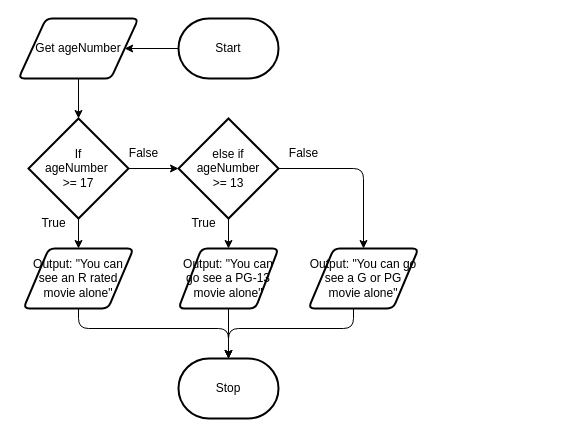
Above: design/flowchart.drawio in MTHS-ICD2O-1-2024/ICD2O-Unit-5-03-Aimar-Fernandez (draw.io), before the change. Source tidied: cells renumbered, new cells numbered last; positions are measured from the earlier drawing's top-left corner, leaving out a move shared by most shapes. Both pictures are drawn from the tidied source at 100%, with x=0, y=0 at pixel (18, 18).
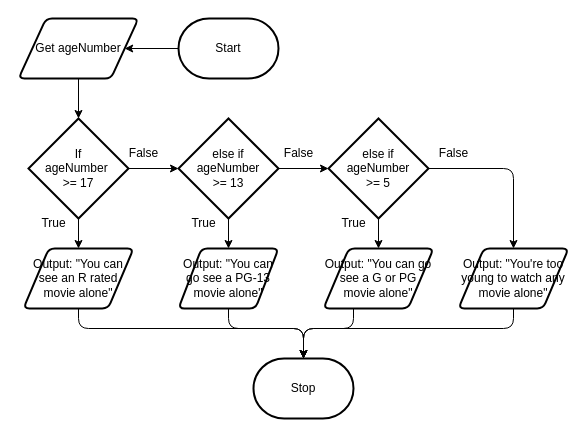
Above is the later version.

The change refers to these unchanged cells:
```xml
<mxCell id="9" value="Output: &quot;You can see an R rated movie alone&quot;" style="shape=parallelogram;html=1;strokeWidth=2;perimeter=parallelogramPerimeter;whiteSpace=wrap;rounded=1;arcSize=12;size=0.23;" parent="1" vertex="1">
  <mxGeometry x="5" y="230" width="110" height="60" as="geometry" />
</mxCell>
<mxCell id="12" value="else if&lt;div&gt;ageNumber&lt;/div&gt;&lt;div&gt;&amp;gt;= 13&lt;/div&gt;" style="strokeWidth=2;html=1;shape=mxgraph.flowchart.decision;whiteSpace=wrap;" parent="1" vertex="1">
  <mxGeometry x="160" y="100" width="100" height="100" as="geometry" />
</mxCell>
<mxCell id="14" value="Output: &quot;You can go see a PG-13 movie alone&quot;" style="shape=parallelogram;html=1;strokeWidth=2;perimeter=parallelogramPerimeter;whiteSpace=wrap;rounded=1;arcSize=12;size=0.23;" parent="1" vertex="1">
  <mxGeometry x="160" y="230" width="100" height="60" as="geometry" />
</mxCell>
```

What changed in the source:
```diff
@@
     <mxCell id="4" value="Stop" style="strokeWidth=2;html=1;shape=mxgraph.flowchart.terminator;whiteSpace=wrap;" parent="1" vertex="1">
-      <mxGeometry x="160" y="340" width="100" height="60" as="geometry" />
+      <mxGeometry x="235" y="340" width="100" height="60" as="geometry" />
     </mxCell>
@@
-    <mxCell id="11" style="edgeStyle=orthogonalEdgeStyle;html=1;entryX=0.5;entryY=0;entryDx=0;entryDy=0;" parent="1" edge="1" source="12" target="15">
-      <mxGeometry relative="1" as="geometry" />
-    </mxCell>
@@
     <mxCell id="15" value="Output: &quot;You can go see a G or PG movie alone&quot;" style="shape=parallelogram;html=1;strokeWidth=2;perimeter=parallelogramPerimeter;whiteSpace=wrap;rounded=1;arcSize=12;size=0.23;" parent="1" vertex="1">
-      <mxGeometry x="290" y="230" width="110" height="60" as="geometry" />
+      <mxGeometry x="305" y="230" width="110" height="60" as="geometry" />
     </mxCell>
     <mxCell id="16" style="edgeStyle=orthogonalEdgeStyle;html=1;entryX=0.5;entryY=0;entryDx=0;entryDy=0;entryPerimeter=0;" parent="1" edge="1" source="9" target="4">
       <mxGeometry relative="1" as="geometry">
         <Array as="points">
           <mxPoint x="60" y="310" />
-          <mxPoint x="210" y="310" />
+          <mxPoint x="285" y="310" />
         </Array>
       </mxGeometry>
     </mxCell>
-    <mxCell id="17" style="edgeStyle=none;html=1;entryX=0.5;entryY=0;entryDx=0;entryDy=0;entryPerimeter=0;" parent="1" edge="1" source="14" target="4">
-      <mxGeometry relative="1" as="geometry" />
+    <mxCell id="17" style="edgeStyle=orthogonalEdgeStyle;html=1;entryX=0.5;entryY=0;entryDx=0;entryDy=0;entryPerimeter=0;" parent="1" edge="1" source="14" target="4">
+      <mxGeometry relative="1" as="geometry">
+        <Array as="points">
+          <mxPoint x="210" y="310" />
+          <mxPoint x="285" y="310" />
+        </Array>
+      </mxGeometry>
     </mxCell>
     <mxCell id="18" style="edgeStyle=orthogonalEdgeStyle;html=1;entryX=0.5;entryY=0;entryDx=0;entryDy=0;entryPerimeter=0;" parent="1" edge="1" source="15" target="4">
       <mxGeometry relative="1" as="geometry">
         <Array as="points">
           <mxPoint x="335" y="310" />
-          <mxPoint x="210" y="310" />
+          <mxPoint x="285" y="310" />
         </Array>
       </mxGeometry>
     </mxCell>
@@
     <mxCell id="22" value="False" style="text;html=1;align=center;verticalAlign=middle;strokeColor=none;fillColor=none;" parent="1" vertex="1">
-      <mxGeometry x="260" y="120" width="50" height="30" as="geometry" />
+      <mxGeometry x="255" y="120" width="50" height="30" as="geometry" />
     </mxCell>
+    <mxCell id="23" style="edgeStyle=none;html=1;entryX=0.5;entryY=0;entryDx=0;entryDy=0;" parent="1" edge="1" source="25" target="15">
+      <mxGeometry relative="1" as="geometry" />
+    </mxCell>
+    <mxCell id="24" style="edgeStyle=orthogonalEdgeStyle;html=1;entryX=0.5;entryY=0;entryDx=0;entryDy=0;" parent="1" edge="1" source="25" target="27">
+      <mxGeometry relative="1" as="geometry" />
+    </mxCell>
+    <mxCell id="25" value="else if&lt;div&gt;ageNumber&lt;/div&gt;&lt;div&gt;&amp;gt;= 5&lt;/div&gt;" style="strokeWidth=2;html=1;shape=mxgraph.flowchart.decision;whiteSpace=wrap;" parent="1" vertex="1">
+      <mxGeometry x="310" y="100" width="100" height="100" as="geometry" />
+    </mxCell>
+    <mxCell id="26" style="edgeStyle=none;html=1;entryX=0;entryY=0.5;entryDx=0;entryDy=0;entryPerimeter=0;" parent="1" edge="1" source="12" target="25">
+      <mxGeometry relative="1" as="geometry" />
+    </mxCell>
+    <mxCell id="27" value="Output: &quot;You're too young to watch any movie alone&quot;" style="shape=parallelogram;html=1;strokeWidth=2;perimeter=parallelogramPerimeter;whiteSpace=wrap;rounded=1;arcSize=12;size=0.23;" parent="1" vertex="1">
+      <mxGeometry x="440" y="230" width="110" height="60" as="geometry" />
+    </mxCell>
+    <mxCell id="28" value="False" style="text;html=1;align=center;verticalAlign=middle;strokeColor=none;fillColor=none;" parent="1" vertex="1">
+      <mxGeometry x="410" y="120" width="50" height="30" as="geometry" />
+    </mxCell>
+    <mxCell id="29" value="True" style="text;html=1;align=center;verticalAlign=middle;strokeColor=none;fillColor=none;" parent="1" vertex="1">
+      <mxGeometry x="310" y="190" width="50" height="30" as="geometry" />
+    </mxCell>
+    <mxCell id="30" style="edgeStyle=orthogonalEdgeStyle;html=1;entryX=0.5;entryY=0;entryDx=0;entryDy=0;entryPerimeter=0;" parent="1" edge="1" source="27" target="4">
+      <mxGeometry relative="1" as="geometry">
+        <Array as="points">
+          <mxPoint x="495" y="310" />
+          <mxPoint x="285" y="310" />
+        </Array>
+      </mxGeometry>
+    </mxCell>
```
